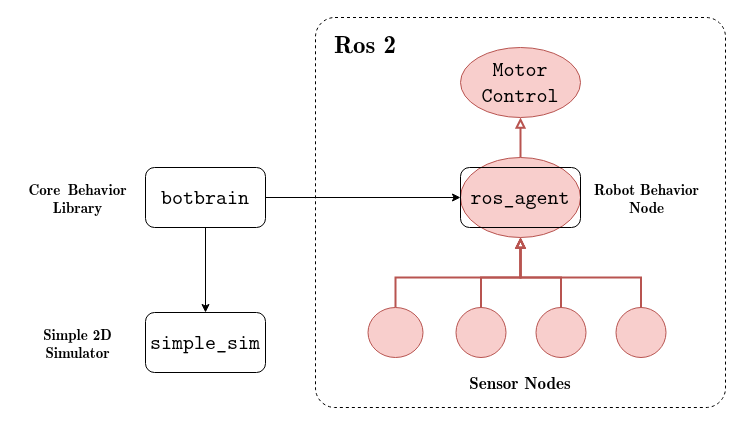
Earlier version of the draw.io diagram report/editable-figures/software-structure.drawio (BalderHolst/coordinated-robot-search). Source tidied: cells renumbered, new cells numbered last; positions are measured from the earlier drawing's top-left corner, leaving out a move shared by most shapes. Both pictures are drawn from the tidied source at 100%, with x=0, y=0 at pixel (17, 17).
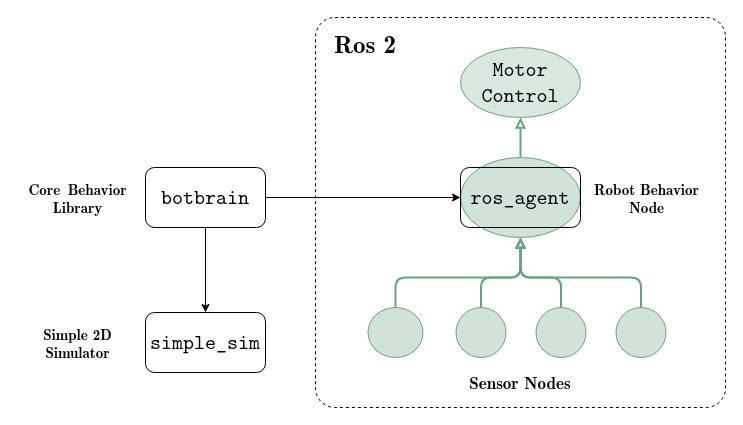
The same page after the edit.

Diff of the diagram source:
```diff
@@
-    <mxCell id="3" style="edgeStyle=orthogonalEdgeStyle;rounded=0;jettySize=auto;html=1;strokeColor=#b85450;strokeWidth=2;align=center;verticalAlign=middle;fontFamily=Helvetica;fontSize=11;fontColor=default;labelBackgroundColor=default;endArrow=block;endFill=0;fillColor=#f8cecc;" parent="1" edge="1" source="4" target="19">
+    <mxCell id="3" style="edgeStyle=orthogonalEdgeStyle;rounded=1;jettySize=auto;html=1;strokeColor=#66a47f;strokeWidth=2;align=center;verticalAlign=middle;fontFamily=Latin Modern Mono;fontSize=21;fontColor=default;labelBackgroundColor=default;endArrow=block;endFill=0;fillColor=#66a47f;gradientColor=none;" parent="1" edge="1" source="4" target="19">
       <mxGeometry relative="1" as="geometry" />
     </mxCell>
-    <mxCell id="4" value="ros_agent" style="ellipse;whiteSpace=wrap;html=1;fillColor=#f8cecc;strokeColor=#b85450;rounded=1;align=center;verticalAlign=middle;fontFamily=Latin Modern Mono;fontSize=21;fontColor=default;" parent="1" vertex="1">
+    <mxCell id="4" value="ros_agent" style="ellipse;whiteSpace=wrap;html=1;fillColor=#66a47f;strokeColor=#66a47f;rounded=1;align=center;verticalAlign=middle;fontFamily=Latin Modern Mono;fontSize=21;fontColor=default;gradientColor=none;fillOpacity=30;" parent="1" vertex="1">
       <mxGeometry x="443" y="140" width="120" height="80" as="geometry" />
     </mxCell>
@@
-    <mxCell id="10" style="edgeStyle=orthogonalEdgeStyle;rounded=0;jettySize=auto;html=1;entryX=0.5;entryY=1;entryDx=0;entryDy=0;fillColor=#f8cecc;strokeColor=#b85450;endArrow=block;endFill=0;strokeWidth=2;" parent="1" edge="1" source="11" target="4">
+    <mxCell id="10" style="edgeStyle=orthogonalEdgeStyle;rounded=1;jettySize=auto;html=1;entryX=0.5;entryY=1;entryDx=0;entryDy=0;fillColor=#66a47f;strokeColor=#66a47f;endArrow=block;endFill=0;strokeWidth=2;align=center;verticalAlign=middle;fontFamily=Latin Modern Mono;fontSize=21;fontColor=default;gradientColor=none;" parent="1" edge="1" source="11" target="4">
       <mxGeometry relative="1" as="geometry">
         <Array as="points">
           <mxPoint x="378" y="260" />
           <mxPoint x="503" y="260" />
         </Array>
       </mxGeometry>
     </mxCell>
-    <mxCell id="11" style="ellipse;whiteSpace=wrap;html=1;fillColor=#f8cecc;strokeColor=#b85450;rounded=1;align=center;verticalAlign=middle;fontFamily=Latin Modern Mono;fontSize=21;fontColor=default;" parent="1" vertex="1">
+    <mxCell id="11" style="ellipse;whiteSpace=wrap;html=1;fillColor=#66a47f;strokeColor=#66a47f;rounded=1;align=center;verticalAlign=middle;fontFamily=Latin Modern Mono;fontSize=21;fontColor=default;gradientColor=none;fillOpacity=30;" parent="1" vertex="1">
       <mxGeometry x="350.5" y="290" width="55" height="50" as="geometry" />
     </mxCell>
-    <mxCell id="12" style="edgeStyle=orthogonalEdgeStyle;rounded=0;jettySize=auto;html=1;entryX=0.5;entryY=1;entryDx=0;entryDy=0;fillColor=#f8cecc;strokeColor=#b85450;endArrow=block;endFill=0;strokeWidth=2;" parent="1" edge="1" source="13" target="4">
+    <mxCell id="12" style="edgeStyle=orthogonalEdgeStyle;rounded=1;jettySize=auto;html=1;entryX=0.5;entryY=1;entryDx=0;entryDy=0;fillColor=#66a47f;strokeColor=#66a47f;endArrow=block;endFill=0;strokeWidth=2;align=center;verticalAlign=middle;fontFamily=Latin Modern Mono;fontSize=21;fontColor=default;gradientColor=none;" parent="1" edge="1" source="13" target="4">
       <mxGeometry relative="1" as="geometry">
         <Array as="points">
           <mxPoint x="464" y="260" />
           <mxPoint x="503" y="260" />
         </Array>
       </mxGeometry>
     </mxCell>
-    <mxCell id="13" style="ellipse;whiteSpace=wrap;html=1;fillColor=#f8cecc;strokeColor=#b85450;rounded=1;align=center;verticalAlign=middle;fontFamily=Latin Modern Mono;fontSize=21;fontColor=default;" parent="1" vertex="1">
+    <mxCell id="13" style="ellipse;whiteSpace=wrap;html=1;fillColor=#66a47f;strokeColor=#66a47f;rounded=1;align=center;verticalAlign=middle;fontFamily=Latin Modern Mono;fontSize=21;fontColor=default;gradientColor=none;fillOpacity=30;" parent="1" vertex="1">
       <mxGeometry x="438.5" y="290" width="50" height="50" as="geometry" />
     </mxCell>
-    <mxCell id="14" style="edgeStyle=orthogonalEdgeStyle;rounded=0;jettySize=auto;html=1;entryX=0.5;entryY=1;entryDx=0;entryDy=0;fillColor=#f8cecc;strokeColor=#b85450;endArrow=block;endFill=0;strokeWidth=2;" parent="1" edge="1" source="15" target="4">
+    <mxCell id="14" style="edgeStyle=orthogonalEdgeStyle;rounded=1;jettySize=auto;html=1;entryX=0.5;entryY=1;entryDx=0;entryDy=0;fillColor=#66a47f;strokeColor=#66a47f;endArrow=block;endFill=0;strokeWidth=2;align=center;verticalAlign=middle;fontFamily=Latin Modern Mono;fontSize=21;fontColor=default;gradientColor=none;" parent="1" edge="1" source="15" target="4">
       <mxGeometry relative="1" as="geometry">
         <Array as="points">
           <mxPoint x="624" y="260" />
           <mxPoint x="503" y="260" />
         </Array>
       </mxGeometry>
     </mxCell>
-    <mxCell id="15" style="ellipse;whiteSpace=wrap;html=1;fillColor=#f8cecc;strokeColor=#b85450;rounded=1;align=center;verticalAlign=middle;fontFamily=Latin Modern Mono;fontSize=21;fontColor=default;" parent="1" vertex="1">
+    <mxCell id="15" style="ellipse;whiteSpace=wrap;html=1;fillColor=#66a47f;strokeColor=#66a47f;rounded=1;align=center;verticalAlign=middle;fontFamily=Latin Modern Mono;fontSize=21;fontColor=default;gradientColor=none;fillOpacity=30;" parent="1" vertex="1">
       <mxGeometry x="598.5" y="290" width="50" height="50" as="geometry" />
     </mxCell>
-    <mxCell id="16" style="edgeStyle=orthogonalEdgeStyle;rounded=0;jettySize=auto;html=1;entryX=0.5;entryY=1;entryDx=0;entryDy=0;fillColor=#f8cecc;strokeColor=#b85450;endArrow=block;endFill=0;strokeWidth=2;" parent="1" edge="1" source="17" target="4">
+    <mxCell id="16" style="edgeStyle=orthogonalEdgeStyle;rounded=1;jettySize=auto;html=1;entryX=0.5;entryY=1;entryDx=0;entryDy=0;fillColor=#66a47f;strokeColor=#66a47f;endArrow=block;endFill=0;strokeWidth=2;align=center;verticalAlign=middle;fontFamily=Latin Modern Mono;fontSize=21;fontColor=default;gradientColor=none;" parent="1" edge="1" source="17" target="4">
       <mxGeometry relative="1" as="geometry">
         <Array as="points">
           <mxPoint x="544" y="260" />
           <mxPoint x="503" y="260" />
         </Array>
       </mxGeometry>
     </mxCell>
-    <mxCell id="17" style="ellipse;whiteSpace=wrap;html=1;fillColor=#f8cecc;strokeColor=#b85450;rounded=1;align=center;verticalAlign=middle;fontFamily=Latin Modern Mono;fontSize=21;fontColor=default;" parent="1" vertex="1">
+    <mxCell id="17" style="ellipse;whiteSpace=wrap;html=1;fillColor=#66a47f;strokeColor=#66a47f;rounded=1;align=center;verticalAlign=middle;fontFamily=Latin Modern Mono;fontSize=21;fontColor=default;gradientColor=none;fillOpacity=30;" parent="1" vertex="1">
       <mxGeometry x="518.5" y="290" width="50" height="50" as="geometry" />
     </mxCell>
@@
-    <mxCell id="19" value="Motor Control" style="ellipse;whiteSpace=wrap;html=1;fillColor=#f8cecc;strokeColor=#b85450;rounded=1;align=center;verticalAlign=middle;fontFamily=Latin Modern Mono;fontSize=21;fontColor=default;" parent="1" vertex="1">
+    <mxCell id="19" value="Motor Control" style="ellipse;whiteSpace=wrap;html=1;fillColor=#7db392;strokeColor=#66a47f;rounded=1;align=center;verticalAlign=middle;fontFamily=Latin Modern Mono;fontSize=21;fontColor=default;gradientColor=none;fillOpacity=30;" parent="1" vertex="1">
       <mxGeometry x="443" y="30" width="120" height="70" as="geometry" />
     </mxCell>
```
